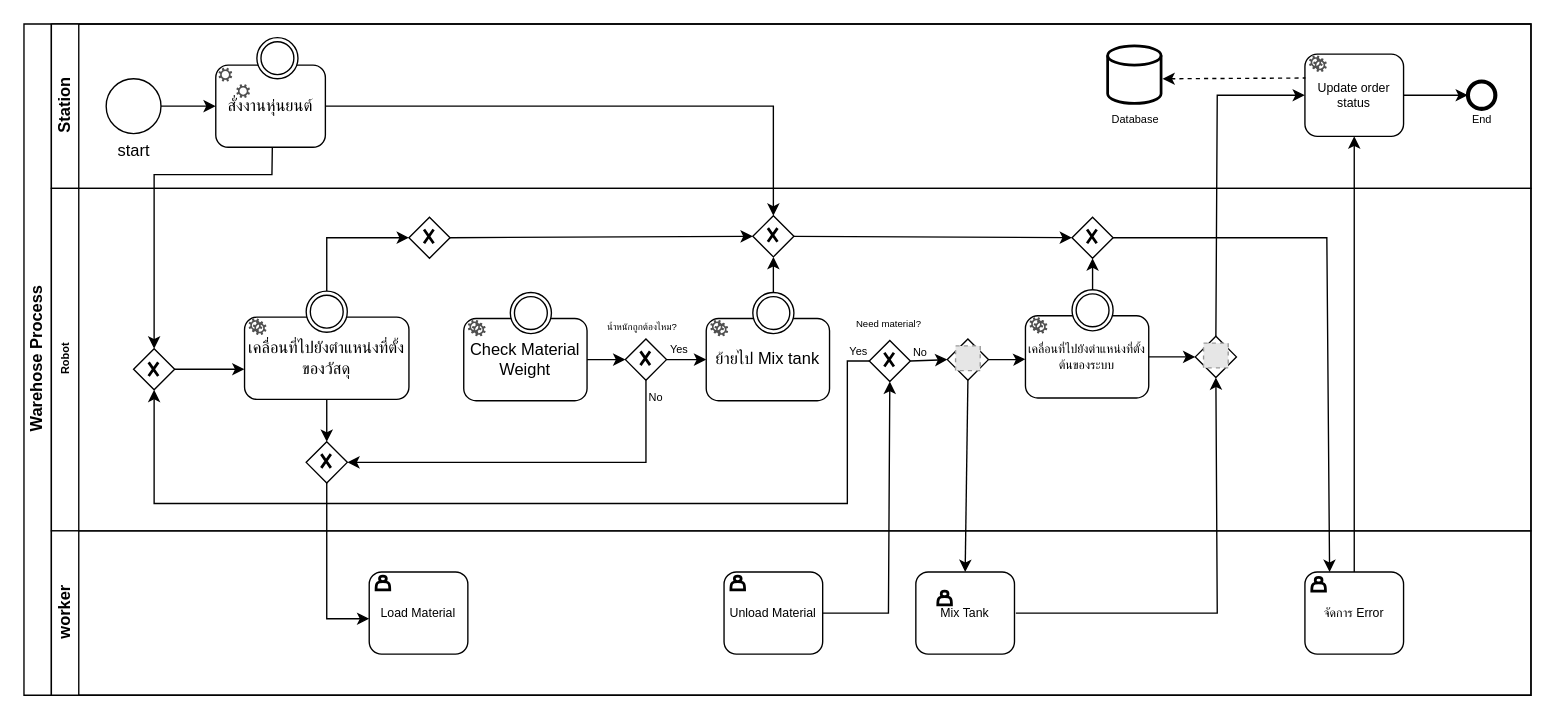
Before: cs366.drawio in apisarathep/centralsee, a draw.io diagram. Source tidied: cells renumbered, new cells numbered last; positions are measured from the earlier drawing's top-left corner, leaving out a move shared by most shapes. Both pictures are drawn from the tidied source at 137%, with x=0, y=0 at pixel (23, 23). Pictures stored in the file or linked from it are replaced by grey dashed boxes.
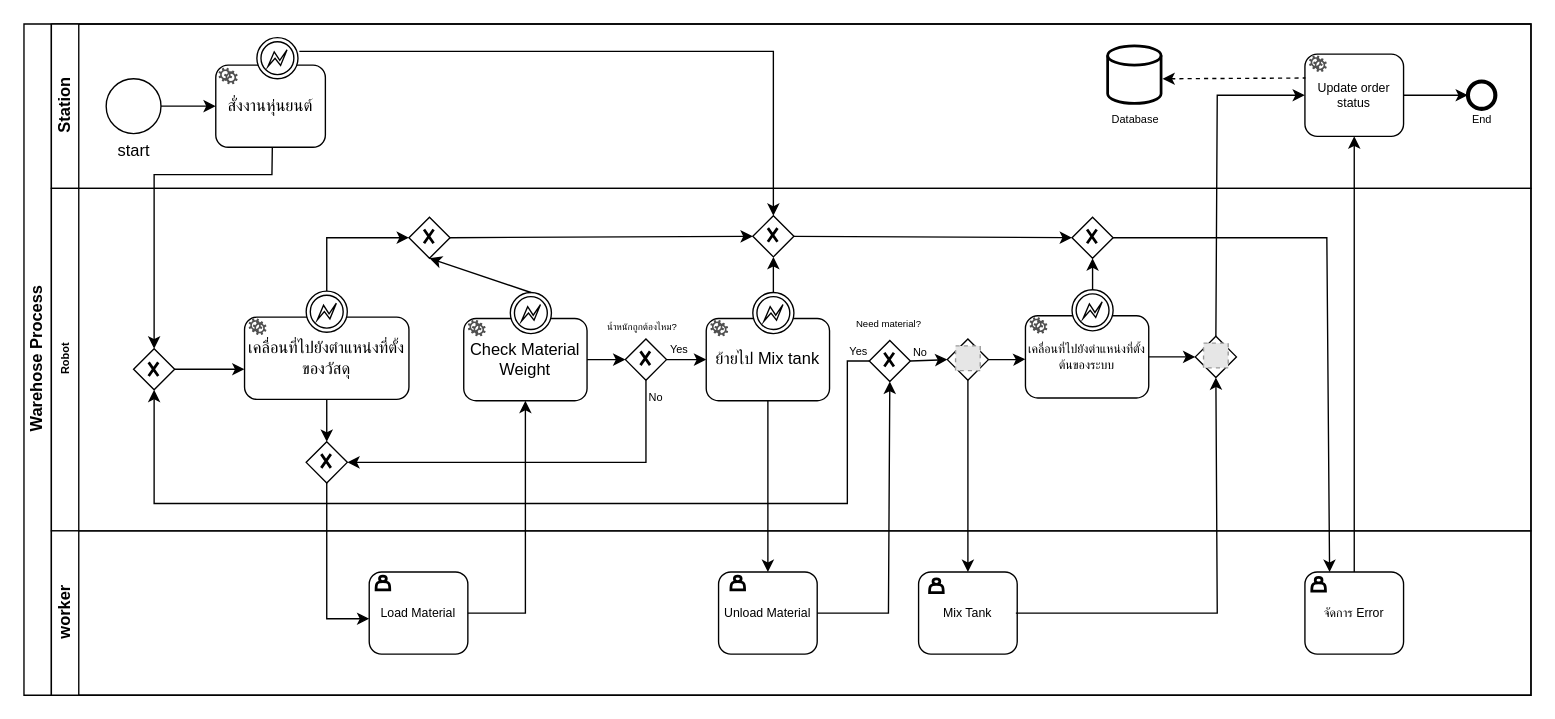
The same page after the edit.

Unchanged cells that the change refers to:
```xml
<mxCell id="6" value="Station" style="swimlane;html=1;startSize=20;horizontal=0;" parent="5" vertex="1">
  <mxGeometry x="20" width="1080" height="120" as="geometry" />
</mxCell>
<mxCell id="9" value="สั่งงานหุ่นยนต์" style="rounded=1;whiteSpace=wrap;html=1;fontFamily=Helvetica;fontSize=12;fontColor=#000000;align=center;" parent="6" vertex="1">
  <mxGeometry x="120" y="30" width="80" height="60" as="geometry" />
</mxCell>
<mxCell id="19" style="group;" parent="17" vertex="1">
  <mxGeometry x="186" y="75" width="30" height="30" as="geometry" />
</mxCell>
<mxCell id="25" value="worker" style="swimlane;html=1;startSize=20;horizontal=0;" parent="5" vertex="1">
  <mxGeometry x="20" y="370" width="1080" height="120" as="geometry" />
</mxCell>
<mxCell id="26" value="Load Material" style="rounded=1;whiteSpace=wrap;html=1;fontSize=9;" parent="25" vertex="1">
  <mxGeometry x="232" y="30" width="72" height="60" as="geometry" />
</mxCell>
<mxCell id="42" value="Check Material Weight" style="rounded=1;whiteSpace=wrap;html=1;" parent="1" vertex="1">
  <mxGeometry x="321" y="215" width="90" height="60" as="geometry" />
</mxCell>
<mxCell id="43" style="group;" parent="1" vertex="1">
  <mxGeometry x="355" y="196" width="30" height="30" as="geometry" />
</mxCell>
<mxCell id="44" style="ellipse;whiteSpace=wrap;html=1;" parent="43" vertex="1">
  <mxGeometry width="30" height="30" as="geometry" />
</mxCell>
<mxCell id="53" style="rhombus;whiteSpace=wrap;html=1;" parent="1" vertex="1">
  <mxGeometry x="281" y="141" width="30" height="30" as="geometry" />
</mxCell>
<mxCell id="57" value="ย้ายไป Mix tank" style="rounded=1;whiteSpace=wrap;html=1;" parent="1" vertex="1">
  <mxGeometry x="498" y="215" width="90" height="60" as="geometry" />
</mxCell>
<mxCell id="58" style="group;" parent="1" vertex="1">
  <mxGeometry x="532" y="196" width="30" height="30" as="geometry" />
</mxCell>
<mxCell id="76" style="group;" parent="1" vertex="1">
  <mxGeometry x="765" y="194" width="30" height="30" as="geometry" />
</mxCell>
```

Change to the diagram source:
```diff
@@
-    <mxCell id="10" style="group;" parent="6" vertex="1">
-      <mxGeometry x="150" y="10" width="30" height="30" as="geometry" />
-    </mxCell>
-    <mxCell id="11" style="ellipse;whiteSpace=wrap;html=1;" parent="10" vertex="1">
-      <mxGeometry width="30" height="30" as="geometry" />
-    </mxCell>
-    <mxCell id="12" style="ellipse;whiteSpace=wrap;html=1;" parent="10" vertex="1">
-      <mxGeometry x="3" y="3" width="24" height="24" as="geometry" />
-    </mxCell>
@@
+    <mxCell id="37" style="sketch=0;shadow=0;dashed=0;html=1;strokeColor=none;labelPosition=center;verticalLabelPosition=bottom;verticalAlign=top;align=center;fillColor=#505050;shape=mxgraph.mscae.enterprise.settings;" parent="6" vertex="1">
+      <mxGeometry x="126" y="34" width="10" height="10" as="geometry" />
+    </mxCell>
+    <mxCell id="11" style="ellipse;whiteSpace=wrap;html=1;" parent="6" vertex="1">
+      <mxGeometry x="150" y="10" width="30" height="30" as="geometry" />
+    </mxCell>
+    <mxCell id="103" style="shape=mxgraph.bpmn.event;html=1;verticalLabelPosition=bottom;labelBackgroundColor=#ffffff;verticalAlign=top;align=center;perimeter=ellipsePerimeter;outline=eventInt;symbol=error;" parent="6" vertex="1">
+      <mxGeometry x="153" y="13" width="24" height="24" as="geometry" />
+    </mxCell>
@@
-    <mxCell id="21" style="ellipse;whiteSpace=wrap;html=1;" parent="19" vertex="1">
-      <mxGeometry x="3" y="3" width="24" height="24" as="geometry" />
-    </mxCell>
+    <mxCell id="104" style="shape=mxgraph.bpmn.event;html=1;verticalLabelPosition=bottom;labelBackgroundColor=#ffffff;verticalAlign=top;align=center;perimeter=ellipsePerimeter;outline=eventInt;symbol=error;" parent="19" vertex="1">
+      <mxGeometry x="3" y="3" width="24" height="24" as="geometry" />
+    </mxCell>
@@
     <mxCell id="27" value="Unload Material" style="rounded=1;whiteSpace=wrap;html=1;fontSize=9;" parent="25" vertex="1">
-      <mxGeometry x="491" y="30" width="72" height="60" as="geometry" />
+      <mxGeometry x="487" y="30" width="72" height="60" as="geometry" />
     </mxCell>
     <mxCell id="28" value="Mix Tank" style="rounded=1;whiteSpace=wrap;html=1;fontSize=9;" parent="25" vertex="1">
-      <mxGeometry x="631" y="30" width="72" height="60" as="geometry" />
+      <mxGeometry x="633" y="30" width="72" height="60" as="geometry" />
     </mxCell>
@@
-    <mxCell id="37" style="sketch=0;shadow=0;dashed=0;html=1;strokeColor=none;labelPosition=center;verticalLabelPosition=bottom;verticalAlign=top;align=center;fillColor=#505050;shape=mxgraph.mscae.enterprise.settings;" parent="1" vertex="1">
-      <mxGeometry x="155" y="44" width="10" height="10" as="geometry" />
-    </mxCell>
@@
-    <mxCell id="45" style="ellipse;whiteSpace=wrap;html=1;" parent="43" vertex="1">
-      <mxGeometry x="3" y="3" width="24" height="24" as="geometry" />
-    </mxCell>
+    <mxCell id="105" style="shape=mxgraph.bpmn.event;html=1;verticalLabelPosition=bottom;labelBackgroundColor=#ffffff;verticalAlign=top;align=center;perimeter=ellipsePerimeter;outline=eventInt;symbol=error;" parent="43" vertex="1">
+      <mxGeometry x="3" y="3" width="24" height="24" as="geometry" />
+    </mxCell>
@@
-    <mxCell id="60" style="ellipse;whiteSpace=wrap;html=1;" parent="58" vertex="1">
-      <mxGeometry x="3" y="3" width="24" height="24" as="geometry" />
-    </mxCell>
+    <mxCell id="106" style="shape=mxgraph.bpmn.event;html=1;verticalLabelPosition=bottom;labelBackgroundColor=#ffffff;verticalAlign=top;align=center;perimeter=ellipsePerimeter;outline=eventInt;symbol=error;" parent="58" vertex="1">
+      <mxGeometry x="3" y="3" width="24" height="24" as="geometry" />
+    </mxCell>
@@
-    <mxCell id="78" style="ellipse;whiteSpace=wrap;html=1;" parent="76" vertex="1">
-      <mxGeometry x="3" y="3" width="24" height="24" as="geometry" />
-    </mxCell>
+    <mxCell id="107" style="shape=mxgraph.bpmn.event;html=1;verticalLabelPosition=bottom;labelBackgroundColor=#ffffff;verticalAlign=top;align=center;perimeter=ellipsePerimeter;outline=eventInt;symbol=error;" parent="76" vertex="1">
+      <mxGeometry x="3" y="3" width="24" height="24" as="geometry" />
+    </mxCell>
@@
-    <mxCell id="88" style="edgeStyle=none;jettySize=auto;html=1;rounded=0;entryX=0.5;entryY=0;entryDx=0;entryDy=0;exitX=1;exitY=0.5;exitDx=0;exitDy=0;" parent="1" edge="1" source="9">
+    <mxCell id="88" style="edgeStyle=none;orthogonalLoop=1;jettySize=auto;html=1;rounded=0;entryX=0.5;entryY=0;entryDx=0;entryDy=0;" parent="1" edge="1">
       <mxGeometry relative="1" as="geometry">
+        <mxPoint x="201" y="20" as="sourcePoint" />
         <mxPoint x="547" y="140" as="targetPoint" />
         <Array as="points">
-          <mxPoint x="547" y="60" />
+          <mxPoint x="547" y="20" />
         </Array>
       </mxGeometry>
     </mxCell>
@@
     <mxCell id="97" style="shape=actor;whiteSpace=wrap;html=1;strokeWidth=2;" parent="1" vertex="1">
-      <mxGeometry x="667" y="414" width="10" height="10" as="geometry" />
+      <mxGeometry x="661" y="405" width="10" height="10" as="geometry" />
     </mxCell>
@@
+    <mxCell id="108" style="edgeStyle=none;jettySize=auto;html=1;rounded=0;entryX=0.5;entryY=1;entryDx=0;entryDy=0;exitX=0.5;exitY=0;exitDx=0;exitDy=0;" parent="1" edge="1" source="44" target="53">
+      <mxGeometry relative="1" as="geometry" />
+    </mxCell>
+    <mxCell id="109" style="edgeStyle=none;jettySize=auto;html=1;rounded=0;exitX=1;exitY=0.5;exitDx=0;exitDy=0;entryX=0.5;entryY=1;entryDx=0;entryDy=0;" parent="1" edge="1" source="26" target="42">
+      <mxGeometry relative="1" as="geometry">
+        <Array as="points">
+          <mxPoint x="366" y="430" />
+        </Array>
+      </mxGeometry>
+    </mxCell>
+    <mxCell id="110" style="edgeStyle=none;jettySize=auto;html=1;rounded=0;exitX=0.5;exitY=1;exitDx=0;exitDy=0;entryX=0.5;entryY=0;entryDx=0;entryDy=0;" parent="1" edge="1" source="57" target="27">
+      <mxGeometry relative="1" as="geometry" />
+    </mxCell>
```
